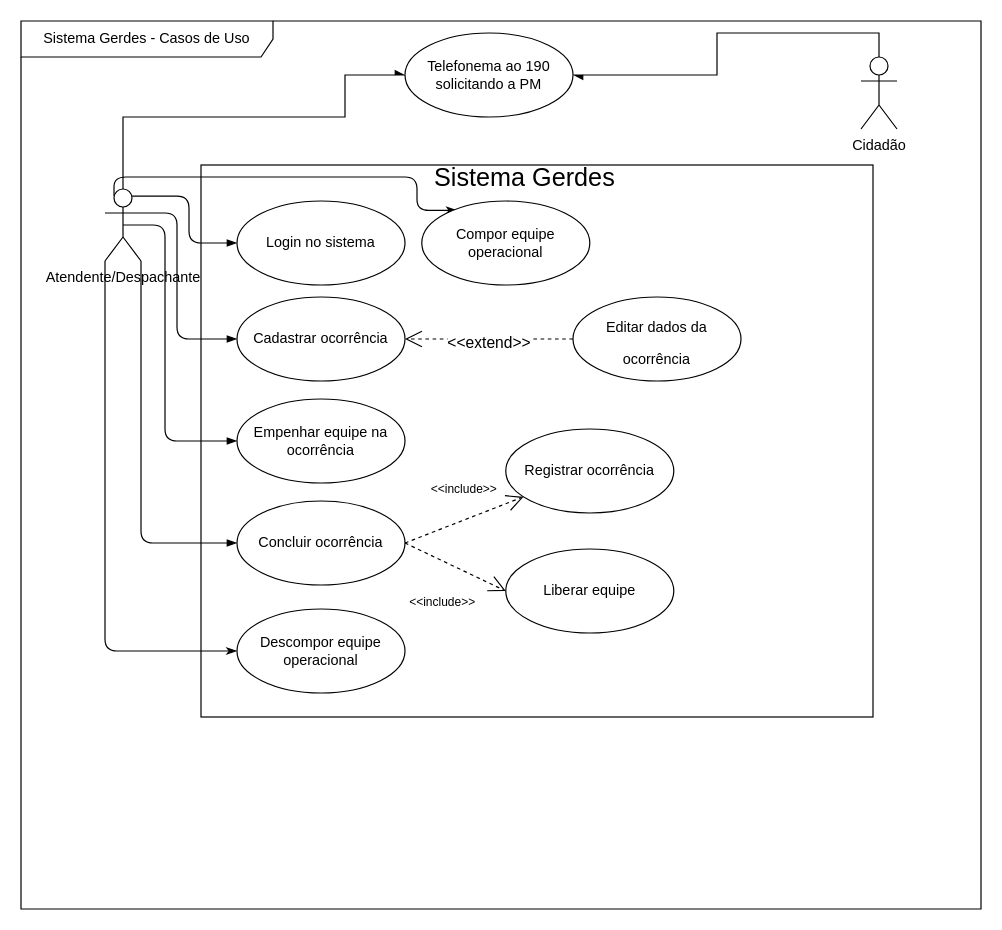
Earlier version of the draw.io diagram documentation/gerdesUseCase.drawio (williamscaramuzzi/gerdes-node). Source tidied: cells renumbered, new cells numbered last; positions are measured from the earlier drawing's top-left corner, leaving out a move shared by most shapes. Both pictures are drawn from the tidied source at 120%, with x=0, y=0 at pixel (20, 20).
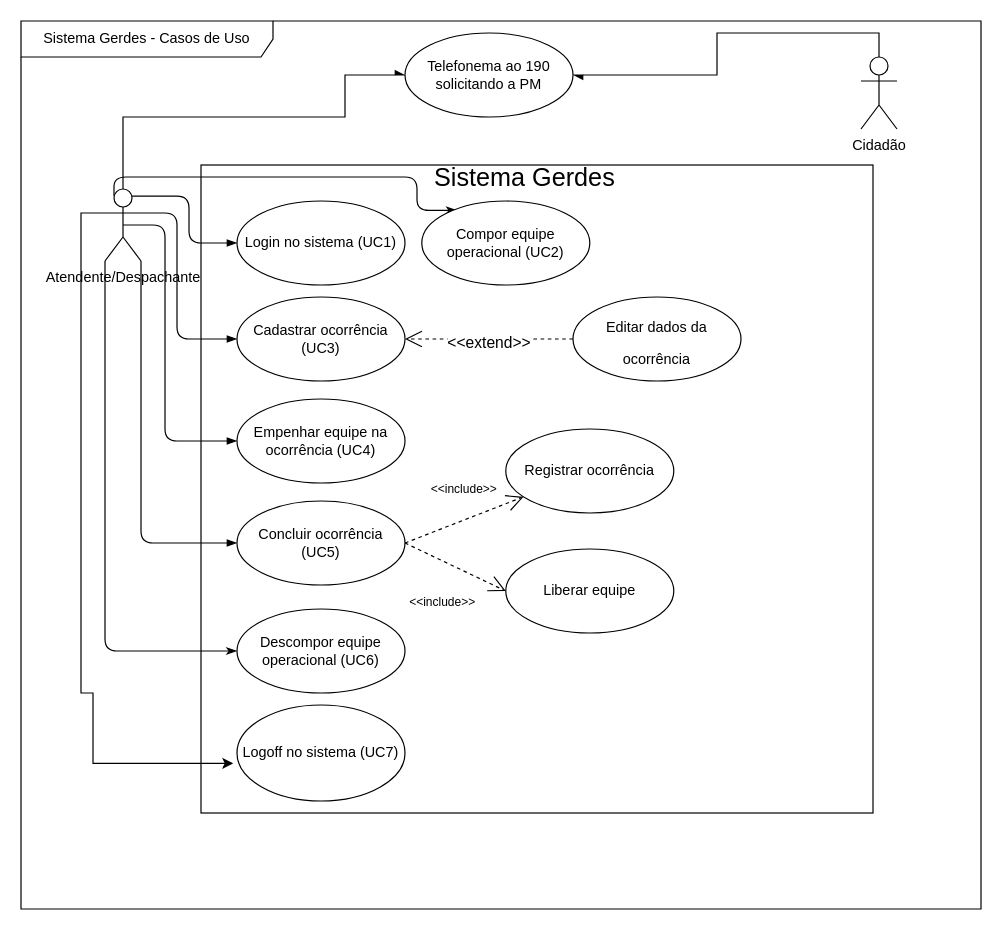
The same page after the edit.

The change refers to these unchanged cells:
```xml
<mxCell id="11" value="Atendente/Despachante" style="shape=umlActor;verticalLabelPosition=bottom;verticalAlign=top;html=1;" parent="1" vertex="1">
  <mxGeometry x="70" y="140" width="30" height="60" as="geometry" />
</mxCell>
```

What changed in the source:
```diff
@@
     <mxCell id="3" value="&lt;h1&gt;&lt;br&gt;&lt;/h1&gt;" style="rounded=0;whiteSpace=wrap;html=1;fillColor=none;" parent="1" vertex="1">
-      <mxGeometry x="150" y="120" width="560" height="460" as="geometry" />
+      <mxGeometry x="150" y="120" width="560" height="540" as="geometry" />
     </mxCell>
@@
+    <mxCell id="28" style="edgeStyle=orthogonalEdgeStyle;rounded=0;jettySize=auto;html=1;exitX=0;exitY=0.3333333333333333;exitDx=0;exitDy=0;exitPerimeter=0;entryX=-0.023;entryY=0.608;entryDx=0;entryDy=0;entryPerimeter=0;" parent="1" edge="1" source="11" target="29">
+      <mxGeometry relative="1" as="geometry">
+        <Array as="points">
+          <mxPoint x="50" y="160" />
+          <mxPoint x="50" y="560" />
+          <mxPoint x="60" y="560" />
+          <mxPoint x="60" y="619" />
+        </Array>
+      </mxGeometry>
+    </mxCell>
@@
-    <mxCell id="15" value="Login no sistema" style="ellipse;whiteSpace=wrap;html=1;" parent="1" vertex="1">
+    <mxCell id="15" value="Login no sistema (UC1)" style="ellipse;whiteSpace=wrap;html=1;" parent="1" vertex="1">
       <mxGeometry x="180" y="150" width="140" height="70" as="geometry" />
     </mxCell>
-    <mxCell id="16" value="Cadastrar ocorrência" style="ellipse;whiteSpace=wrap;html=1;" parent="1" vertex="1">
+    <mxCell id="16" value="Cadastrar ocorrência (UC3)" style="ellipse;whiteSpace=wrap;html=1;" parent="1" vertex="1">
       <mxGeometry x="180" y="230" width="140" height="70" as="geometry" />
     </mxCell>
-    <mxCell id="17" value="Compor equipe operacional" style="ellipse;whiteSpace=wrap;html=1;" parent="1" vertex="1">
+    <mxCell id="17" value="Compor equipe operacional (UC2)" style="ellipse;whiteSpace=wrap;html=1;" parent="1" vertex="1">
       <mxGeometry x="334" y="150" width="140" height="70" as="geometry" />
     </mxCell>
-    <mxCell id="18" value="Empenhar equipe na ocorrência" style="ellipse;whiteSpace=wrap;html=1;" parent="1" vertex="1">
+    <mxCell id="18" value="Empenhar equipe na ocorrência (UC4)" style="ellipse;whiteSpace=wrap;html=1;" parent="1" vertex="1">
       <mxGeometry x="180" y="315" width="140" height="70" as="geometry" />
     </mxCell>
-    <mxCell id="19" value="Concluir ocorrência" style="ellipse;whiteSpace=wrap;html=1;" parent="1" vertex="1">
+    <mxCell id="19" value="Concluir ocorrência (UC5)" style="ellipse;whiteSpace=wrap;html=1;" parent="1" vertex="1">
       <mxGeometry x="180" y="400" width="140" height="70" as="geometry" />
     </mxCell>
@@
-    <mxCell id="21" value="Descompor equipe operacional" style="ellipse;whiteSpace=wrap;html=1;" parent="1" vertex="1">
+    <mxCell id="21" value="Descompor equipe operacional (UC6)" style="ellipse;whiteSpace=wrap;html=1;" parent="1" vertex="1">
       <mxGeometry x="180" y="490" width="140" height="70" as="geometry" />
     </mxCell>
@@
+    <mxCell id="29" value="Logoff no sistema (UC7)" style="ellipse;whiteSpace=wrap;html=1;" parent="1" vertex="1">
+      <mxGeometry x="180" y="570" width="140" height="80" as="geometry" />
+    </mxCell>
```
